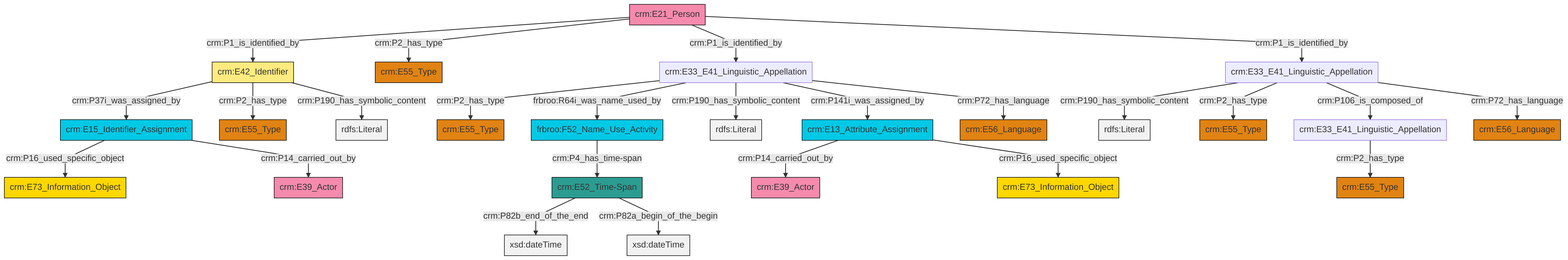
Earlier version of the Mermaid export et/personCSV/ttl/mmd/png/Person_Names_and_Classification.png (swiss-art-research-net/docs.swissartresearch). Its source is kept beside it as et/personCSV/ttl/mmd/Person_Names_and_Classification.ttl.mmd.
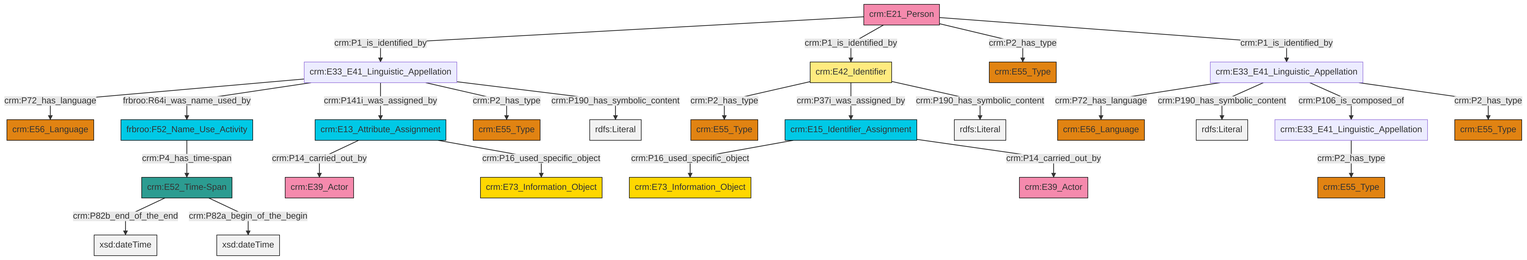
After the commit.

Diff of the diagram source:
```diff
@@ -13,27 +13,27 @@
 classDef PC_Classes fill:#4ce600, stroke:#000000;
 classDef Multi fill:#cccccc,stroke:#000000;
 
-8["crm:E33_E41_Linguistic_Appellation"]:::Default -->|crm:P2_has_type| 0["crm:E55_Type"]:::Type
-9["crm:E21_Person"]:::Actor -->|crm:P1_is_identified_by| 10["crm:E42_Identifier"]:::Appellation
-11["crm:E33_E41_Linguistic_Appellation"]:::Default -->|crm:P190_has_symbolic_content| 12[rdfs:Literal]:::Literal
-11["crm:E33_E41_Linguistic_Appellation"]:::Default -->|crm:P2_has_type| 2["crm:E55_Type"]:::Type
-11["crm:E33_E41_Linguistic_Appellation"]:::Default -->|crm:P106_is_composed_of| 13["crm:E33_E41_Linguistic_Appellation"]:::Default
-9["crm:E21_Person"]:::Actor -->|crm:P2_has_type| 17["crm:E55_Type"]:::Type
-9["crm:E21_Person"]:::Actor -->|crm:P1_is_identified_by| 8["crm:E33_E41_Linguistic_Appellation"]:::Default
-10["crm:E42_Identifier"]:::Appellation -->|crm:P37i_was_assigned_by| 22["crm:E15_Identifier_Assignment"]:::Temporal_Entity
-30["frbroo:F52_Name_Use_Activity"]:::Temporal_Entity -->|crm:P4_has_time-span| 31["crm:E52_Time-Span"]:::Time-Span
-31["crm:E52_Time-Span"]:::Time-Span -->|crm:P82b_end_of_the_end| 32[xsd:dateTime]:::Literal
-8["crm:E33_E41_Linguistic_Appellation"]:::Default -->|frbroo:R64i_was_name_used_by| 30["frbroo:F52_Name_Use_Activity"]:::Temporal_Entity
-31["crm:E52_Time-Span"]:::Time-Span -->|crm:P82a_begin_of_the_begin| 36[xsd:dateTime]:::Literal
-10["crm:E42_Identifier"]:::Appellation -->|crm:P2_has_type| 15["crm:E55_Type"]:::Type
-10["crm:E42_Identifier"]:::Appellation -->|crm:P190_has_symbolic_content| 39[rdfs:Literal]:::Literal
-8["crm:E33_E41_Linguistic_Appellation"]:::Default -->|crm:P190_has_symbolic_content| 40[rdfs:Literal]:::Literal
-23["crm:E13_Attribute_Assignment"]:::Temporal_Entity -->|crm:P14_carried_out_by| 28["crm:E39_Actor"]:::Actor
-22["crm:E15_Identifier_Assignment"]:::Temporal_Entity -->|crm:P16_used_specific_object| 18["crm:E73_Information_Object"]:::Conceptual_Object
-11["crm:E33_E41_Linguistic_Appellation"]:::Default -->|crm:P72_has_language| 37["crm:E56_Language"]:::Type
-8["crm:E33_E41_Linguistic_Appellation"]:::Default -->|crm:P141i_was_assigned_by| 23["crm:E13_Attribute_Assignment"]:::Temporal_Entity
-9["crm:E21_Person"]:::Actor -->|crm:P1_is_identified_by| 11["crm:E33_E41_Linguistic_Appellation"]:::Default
-13["crm:E33_E41_Linguistic_Appellation"]:::Default -->|crm:P2_has_type| 26["crm:E55_Type"]:::Type
-22["crm:E15_Identifier_Assignment"]:::Temporal_Entity -->|crm:P14_carried_out_by| 6["crm:E39_Actor"]:::Actor
-23["crm:E13_Attribute_Assignment"]:::Temporal_Entity -->|crm:P16_used_specific_object| 34["crm:E73_Information_Object"]:::Conceptual_Object
-8["crm:E33_E41_Linguistic_Appellation"]:::Default -->|crm:P72_has_language| 4["crm:E56_Language"]:::Type
+0["crm:E21_Person"]:::Actor -->|crm:P1_is_identified_by| 1["crm:E33_E41_Linguistic_Appellation"]:::Default
+4["crm:E15_Identifier_Assignment"]:::Temporal_Entity -->|crm:P16_used_specific_object| 5["crm:E73_Information_Object"]:::Conceptual_Object
+10["crm:E52_Time-Span"]:::Time-Span -->|crm:P82b_end_of_the_end| 11[xsd:dateTime]:::Literal
+12["crm:E13_Attribute_Assignment"]:::Temporal_Entity -->|crm:P14_carried_out_by| 13["crm:E39_Actor"]:::Actor
+14["crm:E42_Identifier"]:::Appellation -->|crm:P2_has_type| 15["crm:E55_Type"]:::Type
+1["crm:E33_E41_Linguistic_Appellation"]:::Default -->|crm:P72_has_language| 16["crm:E56_Language"]:::Type
+17["crm:E33_E41_Linguistic_Appellation"]:::Default -->|crm:P72_has_language| 18["crm:E56_Language"]:::Type
+8["crm:E33_E41_Linguistic_Appellation"]:::Default -->|crm:P2_has_type| 6["crm:E55_Type"]:::Type
+1["crm:E33_E41_Linguistic_Appellation"]:::Default -->|frbroo:R64i_was_name_used_by| 21["frbroo:F52_Name_Use_Activity"]:::Temporal_Entity
+21["frbroo:F52_Name_Use_Activity"]:::Temporal_Entity -->|crm:P4_has_time-span| 10["crm:E52_Time-Span"]:::Time-Span
+1["crm:E33_E41_Linguistic_Appellation"]:::Default -->|crm:P141i_was_assigned_by| 12["crm:E13_Attribute_Assignment"]:::Temporal_Entity
+1["crm:E33_E41_Linguistic_Appellation"]:::Default -->|crm:P2_has_type| 24["crm:E55_Type"]:::Type
+17["crm:E33_E41_Linguistic_Appellation"]:::Default -->|crm:P190_has_symbolic_content| 25[rdfs:Literal]:::Literal
+0["crm:E21_Person"]:::Actor -->|crm:P1_is_identified_by| 14["crm:E42_Identifier"]:::Appellation
+0["crm:E21_Person"]:::Actor -->|crm:P2_has_type| 28["crm:E55_Type"]:::Type
+10["crm:E52_Time-Span"]:::Time-Span -->|crm:P82a_begin_of_the_begin| 33[xsd:dateTime]:::Literal
+1["crm:E33_E41_Linguistic_Appellation"]:::Default -->|crm:P190_has_symbolic_content| 38[rdfs:Literal]:::Literal
+14["crm:E42_Identifier"]:::Appellation -->|crm:P37i_was_assigned_by| 4["crm:E15_Identifier_Assignment"]:::Temporal_Entity
+4["crm:E15_Identifier_Assignment"]:::Temporal_Entity -->|crm:P14_carried_out_by| 39["crm:E39_Actor"]:::Actor
+12["crm:E13_Attribute_Assignment"]:::Temporal_Entity -->|crm:P16_used_specific_object| 2["crm:E73_Information_Object"]:::Conceptual_Object
+14["crm:E42_Identifier"]:::Appellation -->|crm:P190_has_symbolic_content| 43[rdfs:Literal]:::Literal
+17["crm:E33_E41_Linguistic_Appellation"]:::Default -->|crm:P106_is_composed_of| 8["crm:E33_E41_Linguistic_Appellation"]:::Default
+17["crm:E33_E41_Linguistic_Appellation"]:::Default -->|crm:P2_has_type| 31["crm:E55_Type"]:::Type
+0["crm:E21_Person"]:::Actor -->|crm:P1_is_identified_by| 17["crm:E33_E41_Linguistic_Appellation"]:::Default
```
